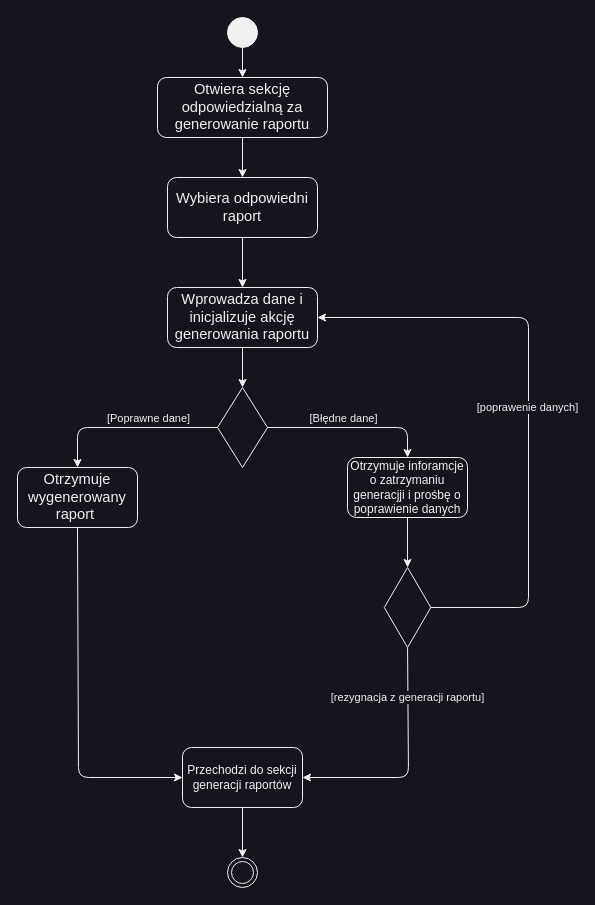
This is ActivityDiagrams/UC3_Stworz_raport.drawio from MarekMichali/vet-clinic, a draw.io file, before an edit. Source tidied: cells renumbered, new cells numbered last; positions are measured from the earlier drawing's top-left corner, leaving out a move shared by most shapes. Both pictures are drawn from the tidied source at 100%, with x=0, y=0 at pixel (17, 17).
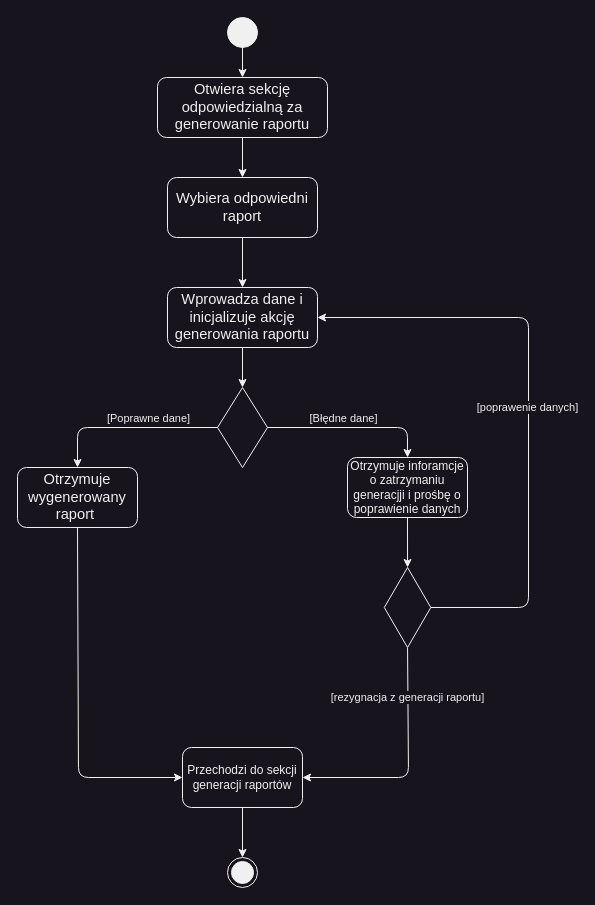
The same page after the edit.

Change to the diagram source:
```diff
@@
-    <mxCell id="4" style="ellipse;html=1;shape=endState;fillColor=#18141D;fontColor=#F0F0F0;labelBackgroundColor=#18141D;strokeColor=#F0F0F0;" parent="1" vertex="1">
+    <mxCell id="4" style="ellipse;html=1;shape=endState;fillColor=#F0F0F0;fontColor=#F0F0F0;labelBackgroundColor=#18141D;strokeColor=#F0F0F0;" parent="1" vertex="1">
       <mxGeometry x="210" y="840" width="30" height="30" as="geometry" />
     </mxCell>
```
